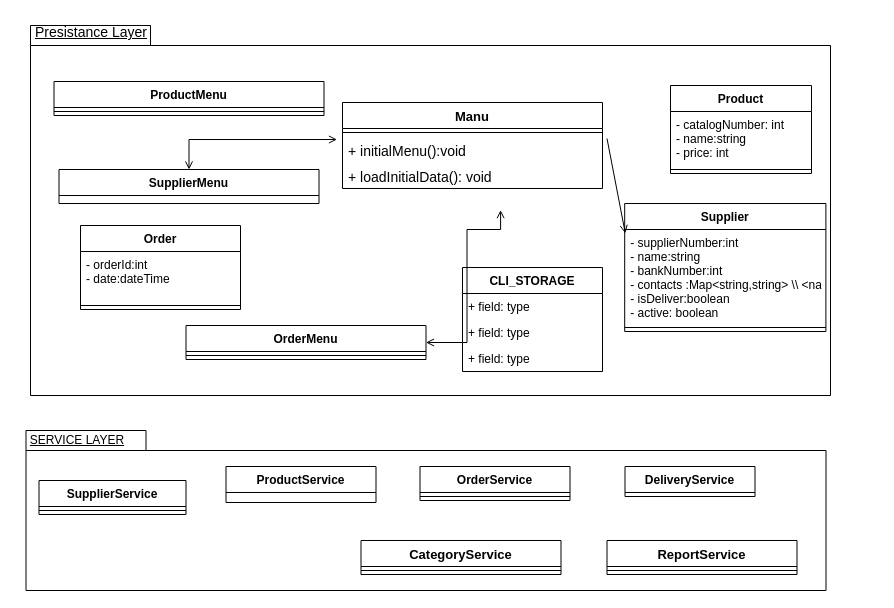
Earlier version of the draw.io diagram page 2 of 4 of docs/classDiagramCombined.drawio (Naveavra/Market). Source tidied: cells renumbered, new cells numbered last; positions are measured from the earlier drawing's top-left corner, leaving out a move shared by most shapes. Both pictures are drawn from the tidied source at 100%, with x=0, y=0 at pixel (17, 17).
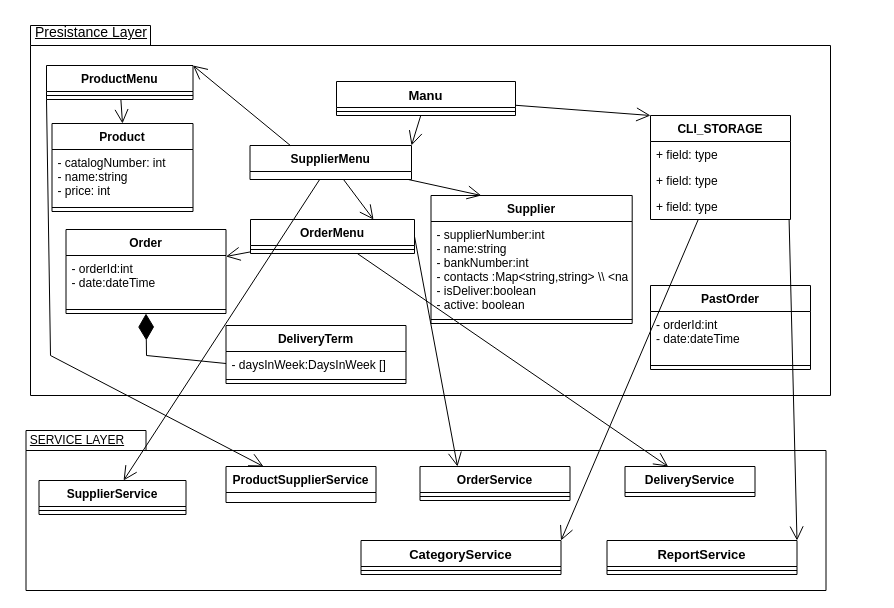
Above is the later version.

The change refers to these unchanged cells:
```xml
<mxCell id="3" value="ReportService" style="swimlane;fontStyle=1;align=center;verticalAlign=top;horizontal=1;startSize=26;fontSize=13;" parent="1" vertex="1">
  <mxGeometry x="589.5" y="523" width="190" height="34" as="geometry" />
</mxCell>
<mxCell id="5" value="CategoryService" style="swimlane;fontStyle=1;align=center;verticalAlign=top;horizontal=1;startSize=26;fontSize=13;" parent="1" vertex="1">
  <mxGeometry x="343.5" y="523" width="200" height="34" as="geometry" />
</mxCell>
<mxCell id="7" value="SupplierService" style="swimlane;fontStyle=1;align=center;verticalAlign=top;horizontal=1;startSize=26;" parent="1" vertex="1">
  <mxGeometry x="21.5" y="463" width="147" height="34" as="geometry" />
</mxCell>
<mxCell id="10" value="OrderService" style="swimlane;fontStyle=1;align=center;verticalAlign=top;horizontal=1;startSize=26;" parent="1" vertex="1">
  <mxGeometry x="402.5" y="449" width="150" height="34" as="geometry" />
</mxCell>
<mxCell id="12" value="DeliveryService" style="swimlane;fontStyle=1;horizontal=1;startSize=26;fillColor=none;" parent="1" vertex="1">
  <mxGeometry x="607.5" y="449" width="130" height="30" as="geometry" />
</mxCell>
<mxCell id="28" value="- supplierNumber:int&#10;- name:string&#10;- bankNumber:int&#10;- contacts :Map&lt;string,string&gt; \\ &lt;name,email&gt;&#10;- isDeliver:boolean&#10;- active: boolean" style="text;strokeColor=none;fillColor=none;align=left;verticalAlign=top;spacingLeft=4;spacingRight=4;overflow=hidden;points=[[0,0.5],[1,0.5]];portConstraint=eastwest;" parent="27" vertex="1">
  <mxGeometry y="26" width="201.2" height="94" as="geometry" />
</mxCell>
<mxCell id="40" value="+ field: type" style="text;strokeColor=none;fillColor=none;align=left;verticalAlign=top;spacingLeft=4;spacingRight=4;overflow=hidden;points=[[0,0.5],[1,0.5]];portConstraint=eastwest;fontSize=12;" parent="37" vertex="1">
  <mxGeometry y="78" width="140" height="26" as="geometry" />
</mxCell>
```

Change to the diagram source:
```diff
@@
-    <mxCell id="9" value="ProductService" style="swimlane;fontStyle=1;align=center;verticalAlign=top;horizontal=1;startSize=26;" parent="1" vertex="1">
+    <mxCell id="9" value="ProductSupplierService" style="swimlane;fontStyle=1;align=center;verticalAlign=top;horizontal=1;startSize=26;" parent="1" vertex="1">
       <mxGeometry x="208.5" y="449" width="150" height="36" as="geometry" />
     </mxCell>
@@
     <mxCell id="16" value="Manu" style="swimlane;fontStyle=1;align=center;verticalAlign=top;horizontal=1;startSize=26;fontSize=13;" parent="1" vertex="1">
-      <mxGeometry x="325" y="85" width="260" height="86" as="geometry" />
+      <mxGeometry x="319" y="64" width="179" height="34" as="geometry" />
     </mxCell>
     <mxCell id="17" style="line;strokeWidth=1;fillColor=none;align=left;verticalAlign=middle;spacingTop=-1;spacingLeft=3;spacingRight=3;labelPosition=right;fontSize=14;" parent="16" vertex="1">
-      <mxGeometry y="26" width="260" height="8" as="geometry" />
+      <mxGeometry y="26" width="179" height="8" as="geometry" />
     </mxCell>
-    <mxCell id="18" value="+ initialMenu():void" style="text;strokeColor=none;fillColor=none;align=left;verticalAlign=top;spacingLeft=4;spacingRight=4;overflow=hidden;fontSize=14;" parent="16" vertex="1">
-      <mxGeometry y="34" width="260" height="26" as="geometry" />
-    </mxCell>
-    <mxCell id="19" value="+ loadInitialData(): void" style="text;strokeColor=none;fillColor=none;align=left;verticalAlign=top;spacingLeft=4;spacingRight=4;overflow=hidden;fontSize=14;" parent="16" vertex="1">
-      <mxGeometry y="60" width="260" height="26" as="geometry" />
-    </mxCell>
-    <mxCell id="20" style="edgeStyle=orthogonalEdgeStyle;rounded=0;jettySize=auto;html=1;endArrow=open;endFill=0;entryX=0.606;entryY=0.906;entryDx=0;entryDy=0;entryPerimeter=0;startArrow=open;startFill=0;" parent="1" edge="1" source="21">
-      <mxGeometry relative="1" as="geometry">
-        <mxPoint x="483.1" y="192.6" as="targetPoint" />
-        <Array as="points">
-          <mxPoint x="449.5" y="212" />
-          <mxPoint x="483.5" y="212" />
-        </Array>
-      </mxGeometry>
-    </mxCell>
     <mxCell id="21" value="OrderMenu" style="swimlane;fontStyle=1;align=center;verticalAlign=top;horizontal=1;startSize=26;" parent="1" vertex="1">
-      <mxGeometry x="168.5" y="308" width="240" height="34" as="geometry" />
+      <mxGeometry x="233" y="202" width="164" height="34" as="geometry" />
     </mxCell>
     <mxCell id="22" style="line;strokeWidth=1;fillColor=none;align=left;verticalAlign=middle;spacingTop=-1;spacingLeft=3;spacingRight=3;labelPosition=right;" parent="21" vertex="1">
-      <mxGeometry y="26" width="240" height="8" as="geometry" />
+      <mxGeometry y="26" width="164" height="8" as="geometry" />
     </mxCell>
     <mxCell id="23" value="ProductMenu" style="swimlane;fontStyle=1;align=center;verticalAlign=top;horizontal=1;startSize=26;" parent="1" vertex="1">
-      <mxGeometry x="36.5" y="64" width="270" height="34" as="geometry" />
+      <mxGeometry x="29" y="48" width="146.5" height="34" as="geometry" />
     </mxCell>
     <mxCell id="24" style="line;strokeWidth=1;fillColor=none;align=left;verticalAlign=middle;spacingTop=-1;spacingLeft=3;spacingRight=3;labelPosition=right;" parent="23" vertex="1">
-      <mxGeometry y="26" width="270" height="8" as="geometry" />
+      <mxGeometry y="26" width="146.5" height="8" as="geometry" />
     </mxCell>
-    <mxCell id="25" style="edgeStyle=orthogonalEdgeStyle;rounded=0;jettySize=auto;html=1;endArrow=open;endFill=0;startArrow=open;startFill=0;" parent="1" edge="1" source="26">
-      <mxGeometry relative="1" as="geometry">
-        <mxPoint x="319.5" y="122" as="targetPoint" />
-        <Array as="points">
-          <mxPoint x="171.5" y="122" />
-        </Array>
-      </mxGeometry>
-    </mxCell>
     <mxCell id="26" value="SupplierMenu" style="swimlane;fontStyle=1;align=center;verticalAlign=top;horizontal=1;startSize=26;" parent="1" vertex="1">
-      <mxGeometry x="41.5" y="152" width="260" height="34" as="geometry" />
+      <mxGeometry x="232.5" y="128" width="161.5" height="34" as="geometry" />
     </mxCell>
     <mxCell id="27" value="Supplier" style="swimlane;fontStyle=1;align=center;verticalAlign=top;horizontal=1;startSize=26;" parent="1" vertex="1">
-      <mxGeometry x="607.2" y="186" width="201.2" height="128" as="geometry" />
+      <mxGeometry x="413.5" y="178" width="201.2" height="128" as="geometry" />
     </mxCell>
@@
     <mxCell id="30" value="Product" style="swimlane;fontStyle=1;align=center;verticalAlign=top;horizontal=1;startSize=26;" parent="1" vertex="1">
-      <mxGeometry x="653" y="68" width="141" height="88" as="geometry" />
+      <mxGeometry x="34.5" y="106" width="141" height="88" as="geometry" />
     </mxCell>
@@
     <mxCell id="33" value="Order" style="swimlane;fontStyle=1;align=center;verticalAlign=top;horizontal=1;startSize=26;" parent="1" vertex="1">
-      <mxGeometry x="63" y="208" width="160" height="84" as="geometry" />
+      <mxGeometry x="48.5" y="212" width="160" height="84" as="geometry" />
     </mxCell>
@@
-    <mxCell id="36" style="endArrow=open;html=1;rounded=0;entryX=0.003;entryY=0.041;entryDx=0;entryDy=0;entryPerimeter=0;endFill=0;exitX=1;exitY=0.5;exitDx=0;exitDy=0;" parent="1" edge="1" target="28">
-      <mxGeometry relative="1" as="geometry">
-        <mxPoint x="589.5" y="121" as="sourcePoint" />
-      </mxGeometry>
-    </mxCell>
     <mxCell id="37" value="CLI_STORAGE" style="swimlane;fontStyle=1;horizontal=1;startSize=26;fillColor=none;fontSize=12;" parent="1" vertex="1">
-      <mxGeometry x="445" y="250" width="140" height="104" as="geometry" />
+      <mxGeometry x="633" y="98" width="140" height="104" as="geometry" />
     </mxCell>
@@
+    <mxCell id="41" value="DeliveryTerm" style="swimlane;fontStyle=1;align=center;verticalAlign=top;horizontal=1;startSize=26;" parent="1" vertex="1">
+      <mxGeometry x="208.5" y="308" width="180" height="58" as="geometry" />
+    </mxCell>
+    <mxCell id="42" value="- daysInWeek:DaysInWeek []" style="text;strokeColor=none;fillColor=none;align=left;verticalAlign=top;spacingLeft=4;spacingRight=4;overflow=hidden;points=[[0,0.5],[1,0.5]];portConstraint=eastwest;" parent="41" vertex="1">
+      <mxGeometry y="26" width="180" height="24" as="geometry" />
+    </mxCell>
+    <mxCell id="43" style="line;strokeWidth=1;fillColor=none;align=left;verticalAlign=middle;spacingTop=-1;spacingLeft=3;spacingRight=3;labelPosition=right;" parent="41" vertex="1">
+      <mxGeometry y="50" width="180" height="8" as="geometry" />
+    </mxCell>
+    <mxCell id="44" style="endArrow=open;endFill=1;endSize=12;html=1;rounded=0;entryX=0;entryY=0;entryDx=0;entryDy=0;" parent="1" edge="1" source="16" target="37">
+      <mxGeometry relative="1" as="geometry" />
+    </mxCell>
+    <mxCell id="45" style="endArrow=open;endFill=1;endSize=12;html=1;rounded=0;entryX=1;entryY=0;entryDx=0;entryDy=0;" parent="1" edge="1" source="16" target="26">
+      <mxGeometry relative="1" as="geometry" />
+    </mxCell>
+    <mxCell id="46" style="endArrow=open;endFill=1;endSize=12;html=1;rounded=0;exitX=0.25;exitY=0;exitDx=0;exitDy=0;entryX=1;entryY=0;entryDx=0;entryDy=0;" parent="1" edge="1" source="26" target="23">
+      <mxGeometry relative="1" as="geometry" />
+    </mxCell>
+    <mxCell id="47" style="endArrow=open;endFill=1;endSize=12;html=1;rounded=0;entryX=0.75;entryY=0;entryDx=0;entryDy=0;" parent="1" edge="1" source="26" target="21">
+      <mxGeometry relative="1" as="geometry" />
+    </mxCell>
+    <mxCell id="48" style="endArrow=diamondThin;endFill=1;endSize=24;html=1;rounded=0;entryX=0.5;entryY=1;entryDx=0;entryDy=0;exitX=0;exitY=0.5;exitDx=0;exitDy=0;" parent="1" edge="1" source="42" target="33">
+      <mxGeometry relative="1" as="geometry">
+        <Array as="points">
+          <mxPoint x="129" y="338" />
+        </Array>
+      </mxGeometry>
+    </mxCell>
+    <mxCell id="49" style="endArrow=open;endFill=1;endSize=12;html=1;rounded=0;entryX=0.25;entryY=0;entryDx=0;entryDy=0;" parent="1" edge="1" source="26" target="27">
+      <mxGeometry relative="1" as="geometry" />
+    </mxCell>
+    <mxCell id="50" style="endArrow=open;endFill=1;endSize=12;html=1;rounded=0;" parent="1" edge="1" source="21" target="33">
+      <mxGeometry relative="1" as="geometry" />
+    </mxCell>
+    <mxCell id="51" value="PastOrder" style="swimlane;fontStyle=1;align=center;verticalAlign=top;horizontal=1;startSize=26;" parent="1" vertex="1">
+      <mxGeometry x="633" y="268" width="160" height="84" as="geometry" />
+    </mxCell>
+    <mxCell id="52" value="- orderId:int&#10;- date:dateTime" style="text;strokeColor=none;fillColor=none;align=left;verticalAlign=top;spacingLeft=4;spacingRight=4;overflow=hidden;" parent="51" vertex="1">
+      <mxGeometry y="26" width="160" height="50" as="geometry" />
+    </mxCell>
+    <mxCell id="53" style="line;strokeWidth=1;fillColor=none;align=left;verticalAlign=middle;spacingTop=-1;spacingLeft=3;spacingRight=3;labelPosition=right;" parent="51" vertex="1">
+      <mxGeometry y="76" width="160" height="8" as="geometry" />
+    </mxCell>
+    <mxCell id="54" style="endArrow=open;endFill=1;endSize=12;html=1;rounded=0;entryX=0.5;entryY=0;entryDx=0;entryDy=0;" parent="1" edge="1" source="23" target="30">
+      <mxGeometry relative="1" as="geometry" />
+    </mxCell>
+    <mxCell id="55" style="endArrow=open;endFill=1;endSize=12;html=1;rounded=0;entryX=0.25;entryY=0;entryDx=0;entryDy=0;exitX=0;exitY=1;exitDx=0;exitDy=0;" parent="1" edge="1" source="23" target="9">
+      <mxGeometry relative="1" as="geometry">
+        <Array as="points">
+          <mxPoint x="33" y="338" />
+        </Array>
+      </mxGeometry>
+    </mxCell>
+    <mxCell id="56" style="endArrow=open;endFill=1;endSize=12;html=1;rounded=0;exitX=1;exitY=0.5;exitDx=0;exitDy=0;entryX=0.25;entryY=0;entryDx=0;entryDy=0;" parent="1" edge="1" source="21" target="10">
+      <mxGeometry relative="1" as="geometry" />
+    </mxCell>
+    <mxCell id="57" style="endArrow=open;endFill=1;endSize=12;html=1;rounded=0;" parent="1" edge="1" source="26" target="7">
+      <mxGeometry relative="1" as="geometry" />
+    </mxCell>
+    <mxCell id="58" style="endArrow=open;endFill=1;endSize=12;html=1;rounded=0;entryX=1;entryY=0;entryDx=0;entryDy=0;" parent="1" edge="1" source="37" target="5">
+      <mxGeometry relative="1" as="geometry" />
+    </mxCell>
+    <mxCell id="59" style="endArrow=open;endFill=1;endSize=12;html=1;rounded=0;entryX=1;entryY=0;entryDx=0;entryDy=0;exitX=0.99;exitY=1.015;exitDx=0;exitDy=0;exitPerimeter=0;" parent="1" edge="1" source="40" target="3">
+      <mxGeometry relative="1" as="geometry" />
+    </mxCell>
+    <mxCell id="60" style="endArrow=open;endFill=1;endSize=12;html=1;rounded=0;" parent="1" edge="1" source="21" target="12">
+      <mxGeometry relative="1" as="geometry" />
+    </mxCell>
```
